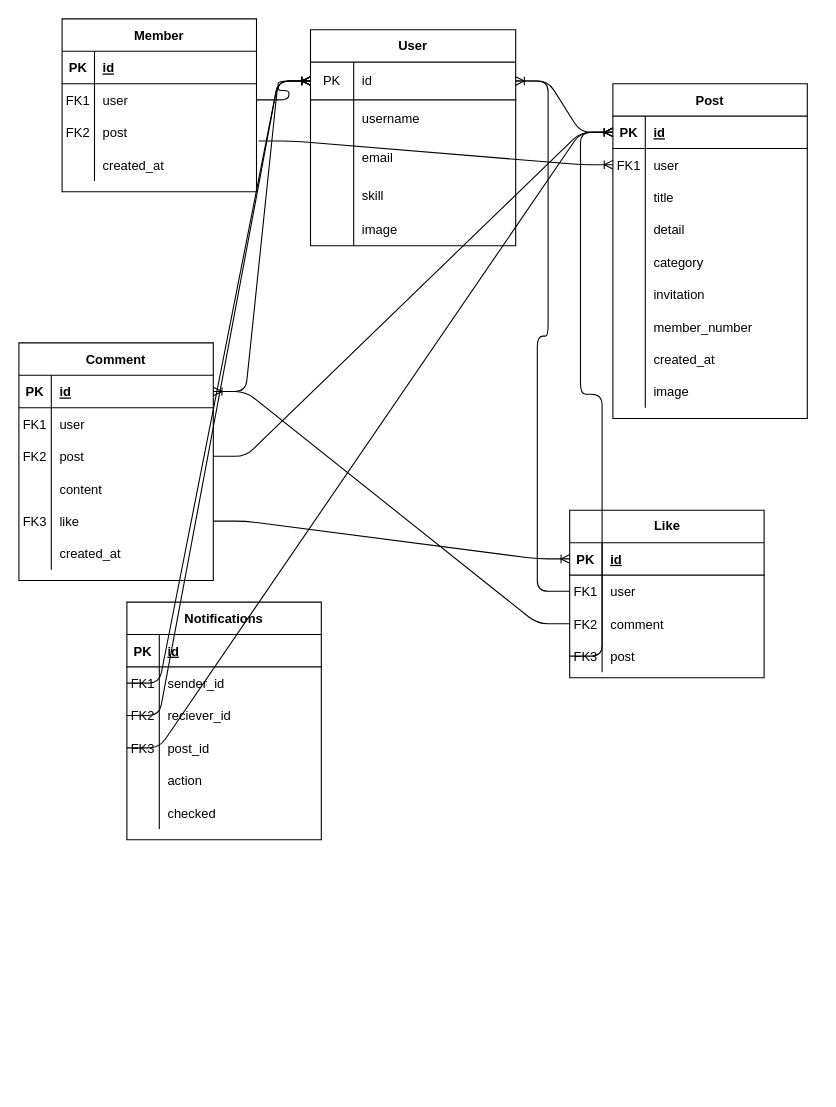
Earlier version of the draw.io diagram idealShere.drawio (mamyudapao/idealShere). Source tidied: cells renumbered, new cells numbered last; positions are measured from the earlier drawing's top-left corner, leaving out a move shared by most shapes. Both pictures are drawn from the tidied source at 108%, with x=0, y=0 at pixel (18, 18).
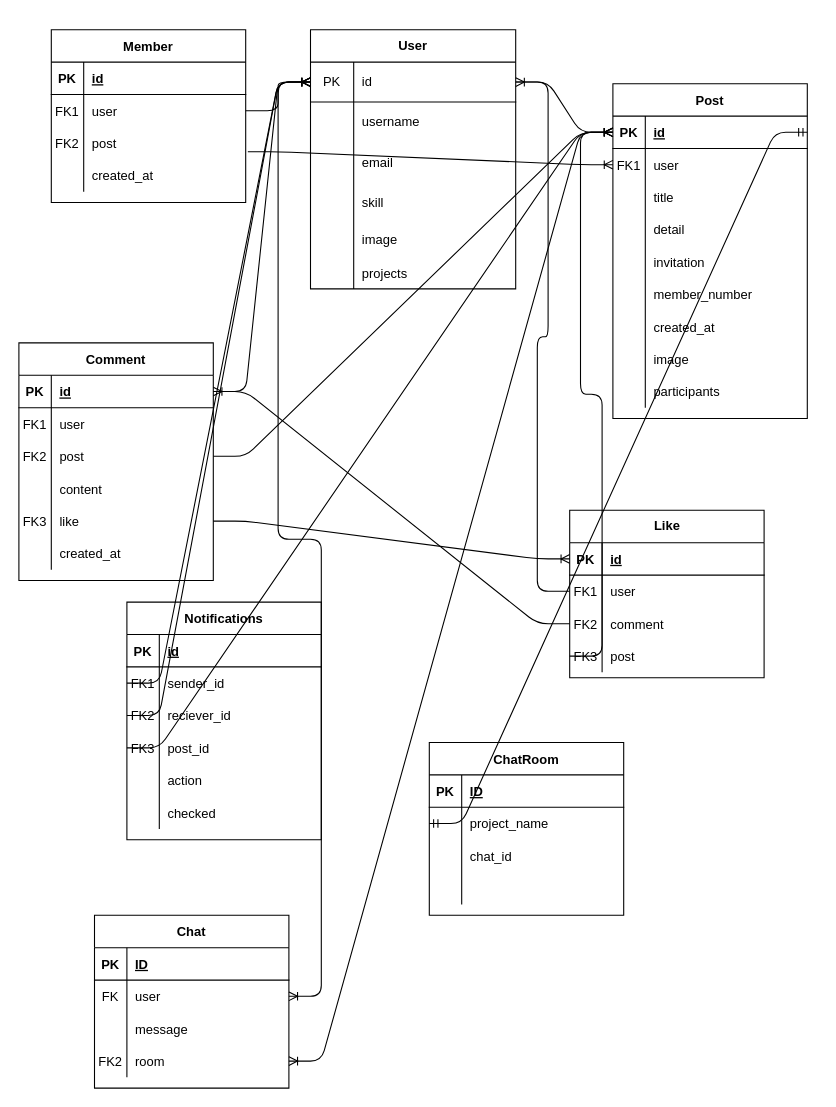
The same diagram, later.

Commit message (it also covers changes not shown here):
feat[group-chat]: add getting participating projects to Custom User Serializer

The change refers to these unchanged cells:
```xml
<mxCell id="2" value="Post" style="shape=table;startSize=30;childLayout=tableLayout;rowLines=0;fontStyle=1;align=center;" parent="1" vertex="1">
  <mxGeometry x="550" y="60" width="180" height="310" as="geometry" />
</mxCell>
<mxCell id="3" style="shape=partialRectangle;fillColor=none;top=0;left=0;bottom=1;right=0;points=[[0,0.5],[1,0.5]];portConstraint=eastwest;" parent="2" vertex="1">
  <mxGeometry y="30" width="180" height="30" as="geometry" />
</mxCell>
<mxCell id="27" style="shape=partialRectangle;fillColor=none;top=0;left=0;bottom=0;right=0;" parent="2" vertex="1">
  <mxGeometry y="270" width="180" height="30" as="geometry" />
</mxCell>
```

What changed in the source:
```diff
@@
-    <mxCell id="15" style="shape=partialRectangle;fillColor=none;top=0;left=0;bottom=0;right=0;" parent="2" vertex="1">
-      <mxGeometry y="150" width="180" height="30" as="geometry" />
-    </mxCell>
-    <mxCell id="16" style="shape=partialRectangle;fillColor=none;top=0;left=0;bottom=0;right=0;overflow=hidden;" parent="15" vertex="1">
-      <mxGeometry width="30" height="30" as="geometry" />
-    </mxCell>
-    <mxCell id="17" value="category" style="shape=partialRectangle;fillColor=none;top=0;left=0;bottom=0;right=0;align=left;spacingLeft=6;overflow=hidden;" parent="15" vertex="1">
-      <mxGeometry x="30" width="150" height="30" as="geometry" />
-    </mxCell>
     <mxCell id="18" style="shape=partialRectangle;fillColor=none;top=0;left=0;bottom=0;right=0;" parent="2" vertex="1">
-      <mxGeometry y="180" width="180" height="30" as="geometry" />
+      <mxGeometry y="150" width="180" height="30" as="geometry" />
     </mxCell>
@@
     <mxCell id="21" style="shape=partialRectangle;fillColor=none;top=0;left=0;bottom=0;right=0;" parent="2" vertex="1">
-      <mxGeometry y="210" width="180" height="30" as="geometry" />
+      <mxGeometry y="180" width="180" height="30" as="geometry" />
     </mxCell>
@@
     <mxCell id="24" style="shape=partialRectangle;fillColor=none;top=0;left=0;bottom=0;right=0;" parent="2" vertex="1">
-      <mxGeometry y="240" width="180" height="30" as="geometry" />
+      <mxGeometry y="210" width="180" height="30" as="geometry" />
     </mxCell>
@@
+    <mxCell id="122" style="shape=partialRectangle;fillColor=none;top=0;left=0;bottom=0;right=0;" parent="2" vertex="1">
+      <mxGeometry y="240" width="180" height="30" as="geometry" />
+    </mxCell>
+    <mxCell id="123" style="shape=partialRectangle;fillColor=none;top=0;left=0;bottom=0;right=0;overflow=hidden;" parent="122" vertex="1">
+      <mxGeometry width="30" height="30" as="geometry" />
+    </mxCell>
+    <mxCell id="124" value="image" style="shape=partialRectangle;fillColor=none;top=0;left=0;bottom=0;right=0;align=left;spacingLeft=6;overflow=hidden;" parent="122" vertex="1">
+      <mxGeometry x="30" width="150" height="30" as="geometry" />
+    </mxCell>
@@
-    <mxCell id="29" value="image" style="shape=partialRectangle;fillColor=none;top=0;left=0;bottom=0;right=0;align=left;spacingLeft=6;overflow=hidden;" parent="27" vertex="1">
+    <mxCell id="29" value="participants" style="shape=partialRectangle;fillColor=none;top=0;left=0;bottom=0;right=0;align=left;spacingLeft=6;overflow=hidden;" parent="27" vertex="1">
       <mxGeometry x="30" width="150" height="30" as="geometry" />
     </mxCell>
@@
     <mxCell id="49" value="Member" style="shape=table;startSize=30;childLayout=tableLayout;rowLines=0;fontStyle=1;align=center;" parent="1" vertex="1">
-      <mxGeometry x="40" width="180" height="160" as="geometry" />
+      <mxGeometry x="30" y="10" width="180" height="160" as="geometry" />
     </mxCell>
@@
     <mxCell id="62" value="User" style="shape=table;html=1;whiteSpace=wrap;startSize=30;childLayout=tableLayout;rowLines=0;fontStyle=1;align=center;resizeLastRow=0;" parent="1" vertex="1">
-      <mxGeometry x="270" y="10" width="190" height="200" as="geometry" />
+      <mxGeometry x="270" y="10" width="190" height="240" as="geometry" />
     </mxCell>
     <mxCell id="63" style="shape=partialRectangle;html=1;whiteSpace=wrap;fillColor=none;top=0;left=0;bottom=1;right=0;points=[[0,0.5],[1,0.5]];portConstraint=eastwest;" parent="62" vertex="1">
-      <mxGeometry y="30" width="190" height="35" as="geometry" />
+      <mxGeometry y="30" width="190" height="37" as="geometry" />
     </mxCell>
     <mxCell id="64" value="PK" style="shape=partialRectangle;html=1;whiteSpace=wrap;fillColor=none;top=0;left=0;bottom=0;right=0;overflow=hidden;" parent="63" vertex="1">
-      <mxGeometry width="40" height="35" as="geometry" />
+      <mxGeometry width="40" height="37" as="geometry" />
     </mxCell>
     <mxCell id="65" value="id" style="shape=partialRectangle;html=1;whiteSpace=wrap;fillColor=none;top=0;left=0;bottom=0;right=0;align=left;spacingLeft=6;overflow=hidden;" parent="63" vertex="1">
-      <mxGeometry x="40" width="150" height="35" as="geometry" />
+      <mxGeometry x="40" width="150" height="37" as="geometry" />
     </mxCell>
     <mxCell id="66" style="shape=partialRectangle;html=1;whiteSpace=wrap;fillColor=none;top=0;left=0;bottom=0;right=0;" parent="62" vertex="1">
-      <mxGeometry y="65" width="190" height="36" as="geometry" />
+      <mxGeometry y="67" width="190" height="38" as="geometry" />
     </mxCell>
     <mxCell id="67" style="shape=partialRectangle;html=1;whiteSpace=wrap;fillColor=none;top=0;left=0;bottom=0;right=0;overflow=hidden;" parent="66" vertex="1">
-      <mxGeometry width="40" height="36" as="geometry" />
+      <mxGeometry width="40" height="38" as="geometry" />
     </mxCell>
     <mxCell id="68" value="username" style="shape=partialRectangle;html=1;whiteSpace=wrap;fillColor=none;top=0;left=0;bottom=0;right=0;align=left;spacingLeft=6;overflow=hidden;" parent="66" vertex="1">
-      <mxGeometry x="40" width="150" height="36" as="geometry" />
+      <mxGeometry x="40" width="150" height="38" as="geometry" />
     </mxCell>
     <mxCell id="69" style="shape=partialRectangle;html=1;whiteSpace=wrap;fillColor=none;top=0;left=0;bottom=0;right=0;" parent="62" vertex="1">
-      <mxGeometry y="101" width="190" height="35" as="geometry" />
+      <mxGeometry y="105" width="190" height="37" as="geometry" />
     </mxCell>
     <mxCell id="70" style="shape=partialRectangle;html=1;whiteSpace=wrap;fillColor=none;top=0;left=0;bottom=0;right=0;overflow=hidden;" parent="69" vertex="1">
-      <mxGeometry width="40" height="35" as="geometry" />
+      <mxGeometry width="40" height="37" as="geometry" />
     </mxCell>
     <mxCell id="71" value="email" style="shape=partialRectangle;html=1;whiteSpace=wrap;fillColor=none;top=0;left=0;bottom=0;right=0;align=left;spacingLeft=6;overflow=hidden;" parent="69" vertex="1">
-      <mxGeometry x="40" width="150" height="35" as="geometry" />
+      <mxGeometry x="40" width="150" height="37" as="geometry" />
     </mxCell>
     <mxCell id="72" style="shape=partialRectangle;html=1;whiteSpace=wrap;fillColor=none;top=0;left=0;bottom=0;right=0;" parent="62" vertex="1">
-      <mxGeometry y="136" width="190" height="35" as="geometry" />
+      <mxGeometry y="142" width="190" height="37" as="geometry" />
     </mxCell>
     <mxCell id="73" style="shape=partialRectangle;html=1;whiteSpace=wrap;fillColor=none;top=0;left=0;bottom=0;right=0;overflow=hidden;" parent="72" vertex="1">
-      <mxGeometry width="40" height="35" as="geometry" />
+      <mxGeometry width="40" height="37" as="geometry" />
     </mxCell>
     <mxCell id="74" value="skill" style="shape=partialRectangle;html=1;whiteSpace=wrap;fillColor=none;top=0;left=0;bottom=0;right=0;align=left;spacingLeft=6;overflow=hidden;" parent="72" vertex="1">
-      <mxGeometry x="40" width="150" height="35" as="geometry" />
+      <mxGeometry x="40" width="150" height="37" as="geometry" />
     </mxCell>
     <mxCell id="75" style="shape=partialRectangle;html=1;whiteSpace=wrap;fillColor=none;top=0;left=0;bottom=0;right=0;" parent="62" vertex="1">
-      <mxGeometry y="171" width="190" height="29" as="geometry" />
+      <mxGeometry y="179" width="190" height="31" as="geometry" />
     </mxCell>
     <mxCell id="76" style="shape=partialRectangle;html=1;whiteSpace=wrap;fillColor=none;top=0;left=0;bottom=0;right=0;overflow=hidden;" parent="75" vertex="1">
-      <mxGeometry width="40" height="29" as="geometry" />
+      <mxGeometry width="40" height="31" as="geometry" />
     </mxCell>
     <mxCell id="77" value="image" style="shape=partialRectangle;html=1;whiteSpace=wrap;fillColor=none;top=0;left=0;bottom=0;right=0;align=left;spacingLeft=6;overflow=hidden;" parent="75" vertex="1">
-      <mxGeometry x="40" width="150" height="29" as="geometry" />
+      <mxGeometry x="40" width="150" height="31" as="geometry" />
     </mxCell>
+    <mxCell id="125" style="shape=partialRectangle;fillColor=none;top=0;left=0;bottom=0;right=0;" parent="62" vertex="1">
+      <mxGeometry y="210" width="190" height="30" as="geometry" />
+    </mxCell>
+    <mxCell id="126" style="shape=partialRectangle;fillColor=none;top=0;left=0;bottom=0;right=0;fontStyle=0;overflow=hidden;" parent="125" vertex="1">
+      <mxGeometry width="40" height="30" as="geometry" />
+    </mxCell>
+    <mxCell id="127" value="projects" style="shape=partialRectangle;fillColor=none;top=0;left=0;bottom=0;right=0;align=left;spacingLeft=6;fontStyle=0;overflow=hidden;" parent="125" vertex="1">
+      <mxGeometry x="40" width="150" height="30" as="geometry" />
+    </mxCell>
@@
+    <mxCell id="128" value="ChatRoom" style="shape=table;startSize=30;childLayout=tableLayout;rowLines=0;fontStyle=1;align=center;" parent="1" vertex="1">
+      <mxGeometry x="380" y="670" width="180" height="160" as="geometry" />
+    </mxCell>
+    <mxCell id="129" style="shape=partialRectangle;fillColor=none;top=0;left=0;bottom=1;right=0;" parent="128" vertex="1">
+      <mxGeometry y="30" width="180" height="30" as="geometry" />
+    </mxCell>
+    <mxCell id="130" value="PK" style="shape=partialRectangle;fillColor=none;top=0;left=0;bottom=0;right=0;fontStyle=1;overflow=hidden;" parent="129" vertex="1">
+      <mxGeometry width="30" height="30" as="geometry" />
+    </mxCell>
+    <mxCell id="131" value="ID" style="shape=partialRectangle;fillColor=none;top=0;left=0;bottom=0;right=0;align=left;spacingLeft=6;fontStyle=5;overflow=hidden;" parent="129" vertex="1">
+      <mxGeometry x="30" width="150" height="30" as="geometry" />
+    </mxCell>
+    <mxCell id="132" style="shape=partialRectangle;fillColor=none;top=0;left=0;bottom=0;right=0;points=[[0,0.5],[1,0.5]];portConstraint=eastwest;" parent="128" vertex="1">
+      <mxGeometry y="60" width="180" height="30" as="geometry" />
+    </mxCell>
+    <mxCell id="133" style="shape=partialRectangle;fillColor=none;top=0;left=0;bottom=0;right=0;overflow=hidden;" parent="132" vertex="1">
+      <mxGeometry width="30" height="30" as="geometry" />
+    </mxCell>
+    <mxCell id="134" value="project_name" style="shape=partialRectangle;fillColor=none;top=0;left=0;bottom=0;right=0;align=left;spacingLeft=6;overflow=hidden;" parent="132" vertex="1">
+      <mxGeometry x="30" width="150" height="30" as="geometry" />
+    </mxCell>
+    <mxCell id="135" style="shape=partialRectangle;fillColor=none;top=0;left=0;bottom=0;right=0;" parent="128" vertex="1">
+      <mxGeometry y="90" width="180" height="30" as="geometry" />
+    </mxCell>
+    <mxCell id="136" style="shape=partialRectangle;fillColor=none;top=0;left=0;bottom=0;right=0;overflow=hidden;" parent="135" vertex="1">
+      <mxGeometry width="30" height="30" as="geometry" />
+    </mxCell>
+    <mxCell id="137" value="chat_id" style="shape=partialRectangle;fillColor=none;top=0;left=0;bottom=0;right=0;align=left;spacingLeft=6;overflow=hidden;" parent="135" vertex="1">
+      <mxGeometry x="30" width="150" height="30" as="geometry" />
+    </mxCell>
+    <mxCell id="138" style="shape=partialRectangle;fillColor=none;top=0;left=0;bottom=0;right=0;" parent="128" vertex="1">
+      <mxGeometry y="120" width="180" height="30" as="geometry" />
+    </mxCell>
+    <mxCell id="139" style="shape=partialRectangle;fillColor=none;top=0;left=0;bottom=0;right=0;overflow=hidden;" parent="138" vertex="1">
+      <mxGeometry width="30" height="30" as="geometry" />
+    </mxCell>
+    <mxCell id="140" style="shape=partialRectangle;fillColor=none;top=0;left=0;bottom=0;right=0;align=left;spacingLeft=6;overflow=hidden;" parent="138" vertex="1">
+      <mxGeometry x="30" width="150" height="30" as="geometry" />
+    </mxCell>
+    <mxCell id="141" value="Chat" style="shape=table;startSize=30;childLayout=tableLayout;rowLines=0;fontStyle=1;align=center;" parent="1" vertex="1">
+      <mxGeometry x="70" y="830" width="180" height="160" as="geometry" />
+    </mxCell>
+    <mxCell id="142" style="shape=partialRectangle;fillColor=none;top=0;left=0;bottom=1;right=0;" parent="141" vertex="1">
+      <mxGeometry y="30" width="180" height="30" as="geometry" />
+    </mxCell>
+    <mxCell id="143" value="PK" style="shape=partialRectangle;fillColor=none;top=0;left=0;bottom=0;right=0;fontStyle=1;overflow=hidden;" parent="142" vertex="1">
+      <mxGeometry width="30" height="30" as="geometry" />
+    </mxCell>
+    <mxCell id="144" value="ID" style="shape=partialRectangle;fillColor=none;top=0;left=0;bottom=0;right=0;align=left;spacingLeft=6;fontStyle=5;overflow=hidden;" parent="142" vertex="1">
+      <mxGeometry x="30" width="150" height="30" as="geometry" />
+    </mxCell>
+    <mxCell id="145" style="shape=partialRectangle;fillColor=none;top=0;left=0;bottom=0;right=0;points=[[0,0.5],[1,0.5]];portConstraint=eastwest;" parent="141" vertex="1">
+      <mxGeometry y="60" width="180" height="30" as="geometry" />
+    </mxCell>
+    <mxCell id="146" value="FK" style="shape=partialRectangle;fillColor=none;top=0;left=0;bottom=0;right=0;overflow=hidden;" parent="145" vertex="1">
+      <mxGeometry width="30" height="30" as="geometry" />
+    </mxCell>
+    <mxCell id="147" value="user" style="shape=partialRectangle;fillColor=none;top=0;left=0;bottom=0;right=0;align=left;spacingLeft=6;overflow=hidden;" parent="145" vertex="1">
+      <mxGeometry x="30" width="150" height="30" as="geometry" />
+    </mxCell>
+    <mxCell id="148" style="shape=partialRectangle;fillColor=none;top=0;left=0;bottom=0;right=0;" parent="141" vertex="1">
+      <mxGeometry y="90" width="180" height="30" as="geometry" />
+    </mxCell>
+    <mxCell id="149" style="shape=partialRectangle;fillColor=none;top=0;left=0;bottom=0;right=0;overflow=hidden;" parent="148" vertex="1">
+      <mxGeometry width="30" height="30" as="geometry" />
+    </mxCell>
+    <mxCell id="150" value="message" style="shape=partialRectangle;fillColor=none;top=0;left=0;bottom=0;right=0;align=left;spacingLeft=6;overflow=hidden;" parent="148" vertex="1">
+      <mxGeometry x="30" width="150" height="30" as="geometry" />
+    </mxCell>
+    <mxCell id="151" style="shape=partialRectangle;fillColor=none;top=0;left=0;bottom=0;right=0;points=[[0,0.5],[1,0.5]];portConstraint=eastwest;" parent="141" vertex="1">
+      <mxGeometry y="120" width="180" height="30" as="geometry" />
+    </mxCell>
+    <mxCell id="152" value="FK2" style="shape=partialRectangle;fillColor=none;top=0;left=0;bottom=0;right=0;overflow=hidden;" parent="151" vertex="1">
+      <mxGeometry width="30" height="30" as="geometry" />
+    </mxCell>
+    <mxCell id="153" value="room" style="shape=partialRectangle;fillColor=none;top=0;left=0;bottom=0;right=0;align=left;spacingLeft=6;overflow=hidden;" parent="151" vertex="1">
+      <mxGeometry x="30" width="150" height="30" as="geometry" />
+    </mxCell>
+    <mxCell id="154" style="edgeStyle=entityRelationEdgeStyle;fontSize=12;html=1;endArrow=ERmandOne;startArrow=ERmandOne;exitX=0;exitY=0.5;exitDx=0;exitDy=0;entryX=1;entryY=0.5;entryDx=0;entryDy=0;" parent="1" edge="1" source="132" target="3">
+      <mxGeometry relative="1" as="geometry" />
+    </mxCell>
+    <mxCell id="155" style="edgeStyle=entityRelationEdgeStyle;fontSize=12;html=1;endArrow=ERoneToMany;entryX=1;entryY=0.5;entryDx=0;entryDy=0;exitX=0;exitY=0.5;exitDx=0;exitDy=0;" parent="1" edge="1" source="3" target="151">
+      <mxGeometry relative="1" as="geometry" />
+    </mxCell>
+    <mxCell id="156" style="edgeStyle=entityRelationEdgeStyle;fontSize=12;html=1;endArrow=ERoneToMany;entryX=1;entryY=0.5;entryDx=0;entryDy=0;" parent="1" edge="1" source="63" target="145">
+      <mxGeometry relative="1" as="geometry" />
+    </mxCell>
```
